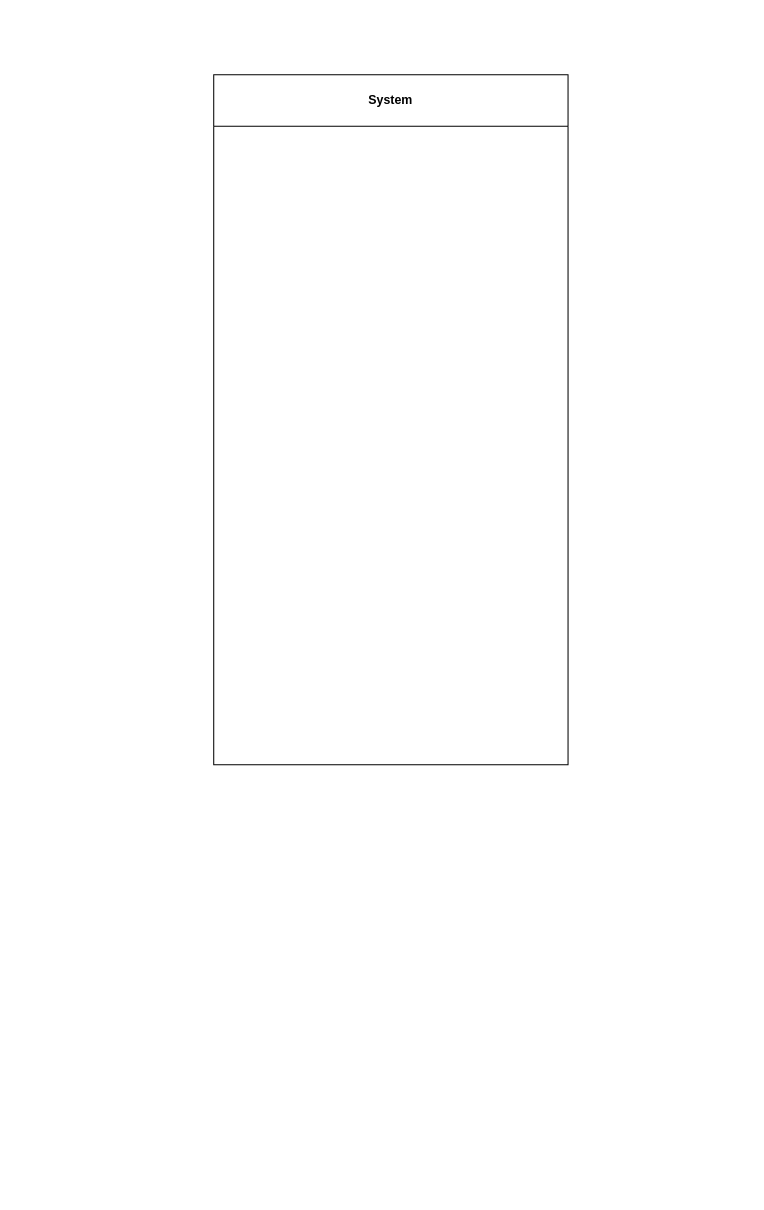
This is UML_Use_Case_Diagram.drawio from JeremyCrete/Soen342-JeremyCrete-DominicEmond, a draw.io file, before an edit. Source tidied: cells renumbered, new cells numbered last; positions are measured from the earlier drawing's top-left corner, leaving out a move shared by most shapes. Both pictures are drawn from the tidied source at 103%, with x=0, y=0 at pixel (213, 74).
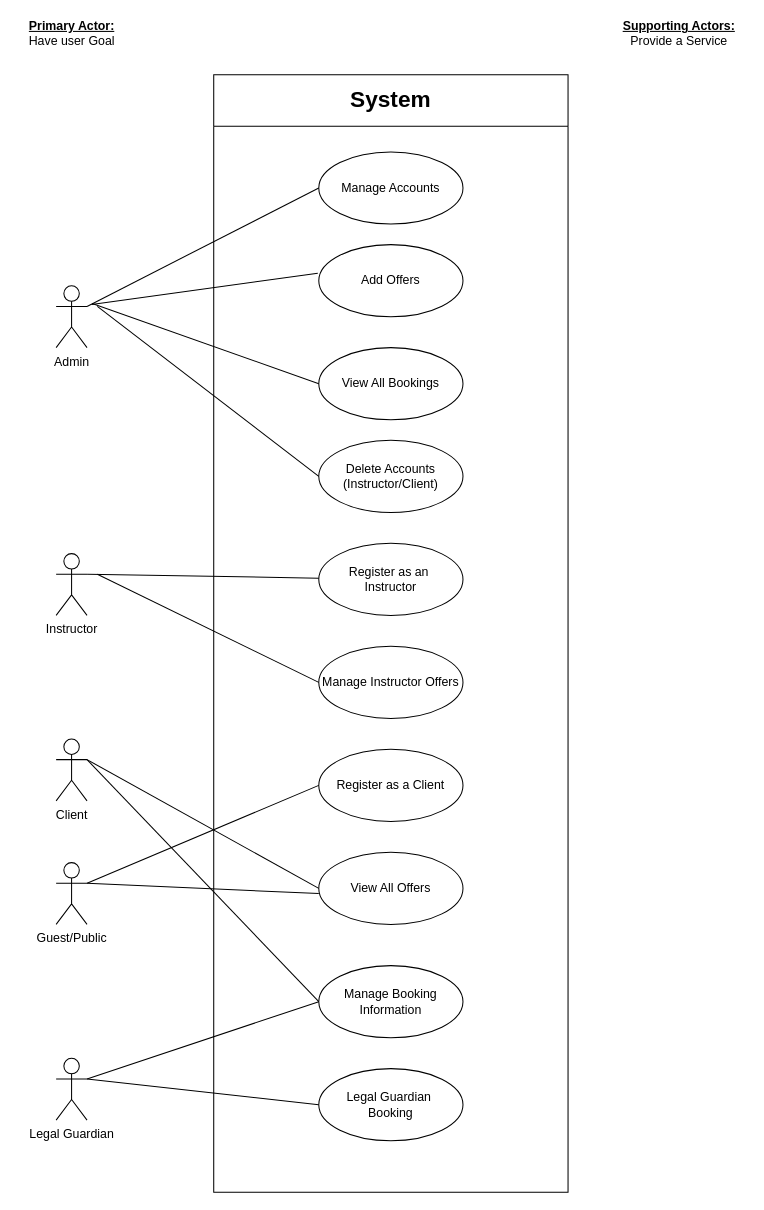
The same page after the edit.

Diff of the diagram source:
```diff
@@
-    <mxCell id="2" value="System" style="swimlane;whiteSpace=wrap;html=1;startSize=50;" parent="1" vertex="1">
-      <mxGeometry width="344" height="670" as="geometry" />
+    <mxCell id="2" value="&lt;font style=&quot;font-size: 22px;&quot;&gt;System&lt;/font&gt;" style="swimlane;whiteSpace=wrap;html=1;startSize=50;" parent="1" vertex="1">
+      <mxGeometry width="344" height="1085" as="geometry" />
     </mxCell>
+    <mxCell id="3" value="Manage Accounts" style="ellipse;whiteSpace=wrap;html=1;" parent="2" vertex="1">
+      <mxGeometry x="102" y="75" width="140" height="70" as="geometry" />
+    </mxCell>
+    <mxCell id="4" value="Add Offers" style="ellipse;whiteSpace=wrap;html=1;" parent="2" vertex="1">
+      <mxGeometry x="102" y="165" width="140" height="70" as="geometry" />
+    </mxCell>
+    <mxCell id="5" value="View All Bookings" style="ellipse;whiteSpace=wrap;html=1;" parent="2" vertex="1">
+      <mxGeometry x="102" y="265" width="140" height="70" as="geometry" />
+    </mxCell>
+    <mxCell id="6" value="Delete Accounts&lt;div&gt;(Instructor/Client)&lt;/div&gt;" style="ellipse;whiteSpace=wrap;html=1;" parent="2" vertex="1">
+      <mxGeometry x="102" y="355" width="140" height="70" as="geometry" />
+    </mxCell>
+    <mxCell id="7" value="Manage Instructor Offers" style="ellipse;whiteSpace=wrap;html=1;strokeColor=default;align=center;verticalAlign=middle;fontFamily=Helvetica;fontSize=12;fontColor=default;fillColor=default;" parent="2" vertex="1">
+      <mxGeometry x="102" y="555" width="140" height="70" as="geometry" />
+    </mxCell>
+    <mxCell id="8" value="Register as an&amp;nbsp;&lt;div&gt;Instructor&lt;/div&gt;" style="ellipse;whiteSpace=wrap;html=1;" parent="2" vertex="1">
+      <mxGeometry x="102" y="455" width="140" height="70" as="geometry" />
+    </mxCell>
+    <mxCell id="9" value="Register as a Client" style="ellipse;whiteSpace=wrap;html=1;" parent="2" vertex="1">
+      <mxGeometry x="102" y="655" width="140" height="70" as="geometry" />
+    </mxCell>
+    <mxCell id="10" style="endArrow=none;html=1;rounded=0;entryX=-0.007;entryY=0.397;entryDx=0;entryDy=0;entryPerimeter=0;" parent="2" edge="1" target="4">
+      <mxGeometry relative="1" as="geometry">
+        <mxPoint x="-118.5" y="223.2" as="sourcePoint" />
+      </mxGeometry>
+    </mxCell>
+    <mxCell id="11" style="endArrow=none;html=1;rounded=0;entryX=0;entryY=0.5;entryDx=0;entryDy=0;" parent="2" edge="1" target="5">
+      <mxGeometry relative="1" as="geometry">
+        <mxPoint x="-118" y="222.2" as="sourcePoint" />
+      </mxGeometry>
+    </mxCell>
+    <mxCell id="12" style="endArrow=none;html=1;rounded=0;entryX=0;entryY=0.5;entryDx=0;entryDy=0;" parent="2" edge="1" target="6">
+      <mxGeometry relative="1" as="geometry">
+        <mxPoint x="-113" y="225" as="sourcePoint" />
+      </mxGeometry>
+    </mxCell>
+    <mxCell id="13" value="View All Offers" style="ellipse;whiteSpace=wrap;html=1;" parent="2" vertex="1">
+      <mxGeometry x="102" y="755" width="140" height="70" as="geometry" />
+    </mxCell>
+    <mxCell id="14" value="Manage Booking Information" style="ellipse;whiteSpace=wrap;html=1;" parent="2" vertex="1">
+      <mxGeometry x="102" y="865" width="140" height="70" as="geometry" />
+    </mxCell>
+    <mxCell id="15" value="Legal Guardian&amp;nbsp;&lt;div&gt;Booking&lt;/div&gt;" style="ellipse;whiteSpace=wrap;html=1;" parent="2" vertex="1">
+      <mxGeometry x="102" y="965" width="140" height="70" as="geometry" />
+    </mxCell>
+    <mxCell id="16" value="Admin" style="shape=umlActor;verticalLabelPosition=bottom;verticalAlign=top;html=1;" parent="1" vertex="1">
+      <mxGeometry x="-153" y="205" width="30" height="60" as="geometry" />
+    </mxCell>
+    <mxCell id="17" value="Instructor" style="shape=umlActor;verticalLabelPosition=bottom;verticalAlign=top;html=1;" parent="1" vertex="1">
+      <mxGeometry x="-153" y="465" width="30" height="60" as="geometry" />
+    </mxCell>
+    <mxCell id="18" style="endArrow=none;html=1;rounded=0;" parent="1" edge="1" target="8">
+      <mxGeometry relative="1" as="geometry">
+        <mxPoint x="-123" y="485" as="sourcePoint" />
+      </mxGeometry>
+    </mxCell>
+    <mxCell id="19" style="endArrow=none;html=1;rounded=0;entryX=0;entryY=0.5;entryDx=0;entryDy=0;" parent="1" edge="1" target="3">
+      <mxGeometry relative="1" as="geometry">
+        <mxPoint x="-123" y="225" as="sourcePoint" />
+      </mxGeometry>
+    </mxCell>
+    <mxCell id="20" value="Client" style="shape=umlActor;verticalLabelPosition=bottom;verticalAlign=top;html=1;" parent="1" vertex="1">
+      <mxGeometry x="-153" y="645" width="30" height="60" as="geometry" />
+    </mxCell>
+    <mxCell id="21" style="endArrow=none;html=1;rounded=0;entryX=0;entryY=0.5;entryDx=0;entryDy=0;strokeColor=default;align=center;verticalAlign=middle;fontFamily=Helvetica;fontSize=11;fontColor=default;labelBackgroundColor=default;" parent="1" edge="1" target="7">
+      <mxGeometry relative="1" as="geometry">
+        <mxPoint x="-113" y="485" as="sourcePoint" />
+      </mxGeometry>
+    </mxCell>
+    <mxCell id="22" style="endArrow=none;html=1;rounded=0;strokeColor=default;align=center;verticalAlign=middle;fontFamily=Helvetica;fontSize=11;fontColor=default;labelBackgroundColor=default;entryX=0;entryY=0.5;entryDx=0;entryDy=0;" parent="1" edge="1" target="13">
+      <mxGeometry relative="1" as="geometry">
+        <mxPoint x="-123" y="665" as="sourcePoint" />
+      </mxGeometry>
+    </mxCell>
+    <mxCell id="23" value="Guest/Public" style="shape=umlActor;verticalLabelPosition=bottom;verticalAlign=top;html=1;" parent="1" vertex="1">
+      <mxGeometry x="-153" y="765" width="30" height="60" as="geometry" />
+    </mxCell>
+    <mxCell id="24" style="endArrow=none;html=1;rounded=0;strokeColor=default;align=center;verticalAlign=middle;fontFamily=Helvetica;fontSize=11;fontColor=default;labelBackgroundColor=default;entryX=0;entryY=0.5;entryDx=0;entryDy=0;" parent="1" edge="1" target="9">
+      <mxGeometry relative="1" as="geometry">
+        <mxPoint x="-123" y="785" as="sourcePoint" />
+      </mxGeometry>
+    </mxCell>
+    <mxCell id="25" value="Legal Guardian" style="shape=umlActor;verticalLabelPosition=bottom;verticalAlign=top;html=1;" parent="1" vertex="1">
+      <mxGeometry x="-153" y="955" width="30" height="60" as="geometry" />
+    </mxCell>
+    <mxCell id="26" style="endArrow=none;html=1;rounded=0;strokeColor=default;align=center;verticalAlign=middle;fontFamily=Helvetica;fontSize=11;fontColor=default;labelBackgroundColor=default;entryX=0;entryY=0.5;entryDx=0;entryDy=0;" parent="1" edge="1">
+      <mxGeometry relative="1" as="geometry">
+        <mxPoint x="-123" y="665" as="sourcePoint" />
+        <mxPoint x="102" y="900" as="targetPoint" />
+      </mxGeometry>
+    </mxCell>
+    <mxCell id="27" style="endArrow=none;html=1;rounded=0;strokeColor=default;align=center;verticalAlign=middle;fontFamily=Helvetica;fontSize=11;fontColor=default;labelBackgroundColor=default;entryX=0;entryY=0.5;entryDx=0;entryDy=0;" parent="1" edge="1">
+      <mxGeometry relative="1" as="geometry">
+        <mxPoint x="-123" y="785" as="sourcePoint" />
+        <mxPoint x="102" y="795" as="targetPoint" />
+      </mxGeometry>
+    </mxCell>
+    <mxCell id="28" style="endArrow=none;html=1;rounded=0;strokeColor=default;align=center;verticalAlign=middle;fontFamily=Helvetica;fontSize=11;fontColor=default;labelBackgroundColor=default;entryX=0;entryY=0.5;entryDx=0;entryDy=0;" parent="1" edge="1" target="14">
+      <mxGeometry relative="1" as="geometry">
+        <mxPoint x="-123" y="975" as="sourcePoint" />
+      </mxGeometry>
+    </mxCell>
+    <mxCell id="29" style="endArrow=none;html=1;rounded=0;strokeColor=default;align=center;verticalAlign=middle;fontFamily=Helvetica;fontSize=11;fontColor=default;labelBackgroundColor=default;" parent="1" edge="1">
+      <mxGeometry relative="1" as="geometry">
+        <mxPoint x="-123" y="975" as="sourcePoint" />
+        <mxPoint x="102" y="1000" as="targetPoint" />
+      </mxGeometry>
+    </mxCell>
+    <mxCell id="30" value="&lt;b&gt;&lt;u&gt;Primary Actor: &lt;/u&gt;&lt;/b&gt;Have user Goal" style="text;html=1;align=center;verticalAlign=middle;whiteSpace=wrap;rounded=0;" parent="1" vertex="1">
+      <mxGeometry x="-190.5" y="-55" width="105" height="30" as="geometry" />
+    </mxCell>
+    <mxCell id="31" value="&lt;u style=&quot;font-weight: bold;&quot;&gt;Supporting Actors: &lt;/u&gt;Provide a Service" style="text;html=1;align=center;verticalAlign=middle;whiteSpace=wrap;rounded=0;" parent="1" vertex="1">
+      <mxGeometry x="387" y="-55" width="130" height="30" as="geometry" />
+    </mxCell>
```
